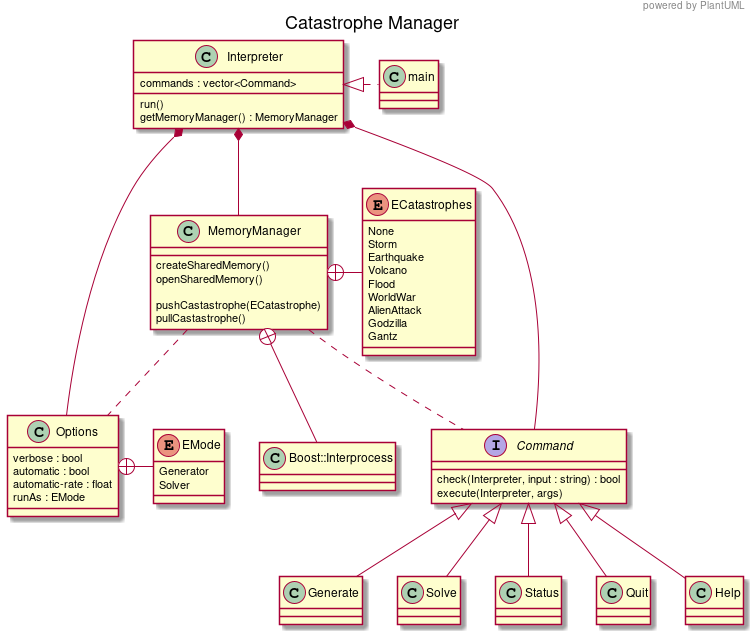
Above: diagram.png in jcastro0x/CatastropheManager (PlantUML), before the change.
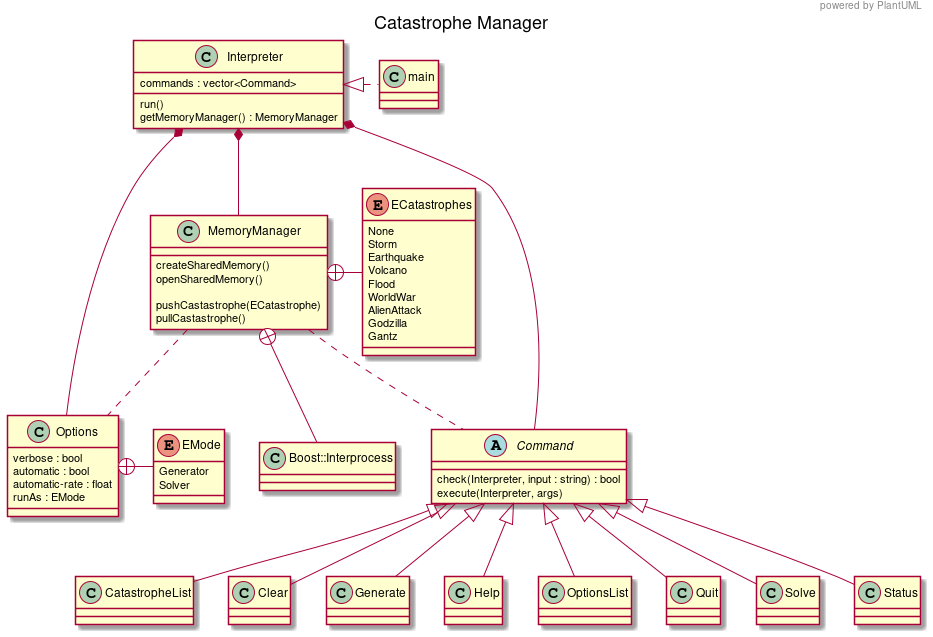
After the commit.

Diff of the diagram source:
```diff
@@ -3,11 +3,14 @@
 header powered by PlantUML
 title Catastrophe Manager
 
+Command  <|-- CatastropheList
+Command  <|-- Clear
 Command  <|-- Generate
+Command  <|-- Help
+Command  <|-- OptionsList
+Command  <|-- Quit
 Command  <|-- Solve
 Command  <|-- Status
-Command  <|-- Quit
-Command  <|-- Help
 
 Options +- EMode
 
@@ -28,7 +31,7 @@
     commands : vector<Command>
 }
 
-interface Command {
+abstract Command {
     check(Interpreter, input : string) : bool
     execute(Interpreter, args)
 }
```
